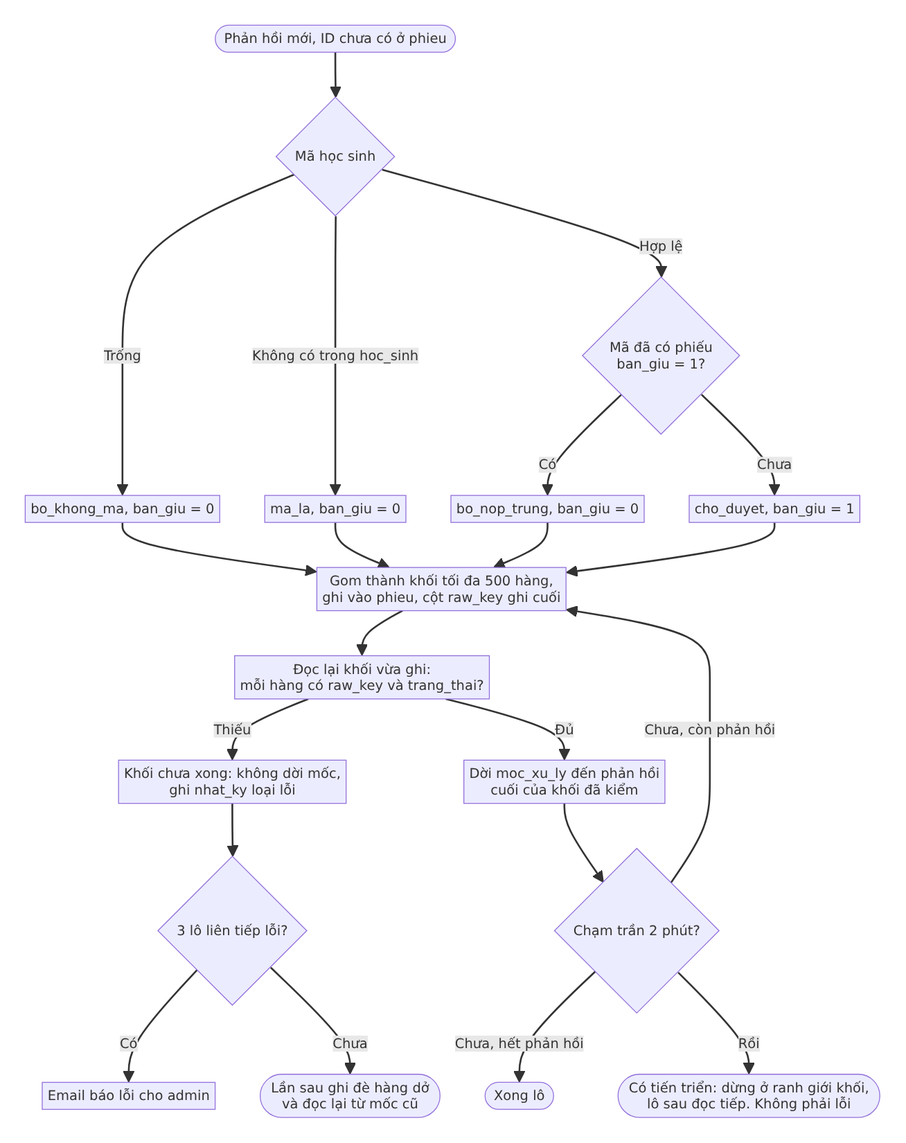
Above: docs/he_sinh_thai/anh/b2_xu_ly_lo.png in nguyenphanvantruong6969-arch/TESTING-DEV (Mermaid), before the change. Its source is kept beside it as docs/he_sinh_thai/anh/b2_xu_ly_lo.mmd.
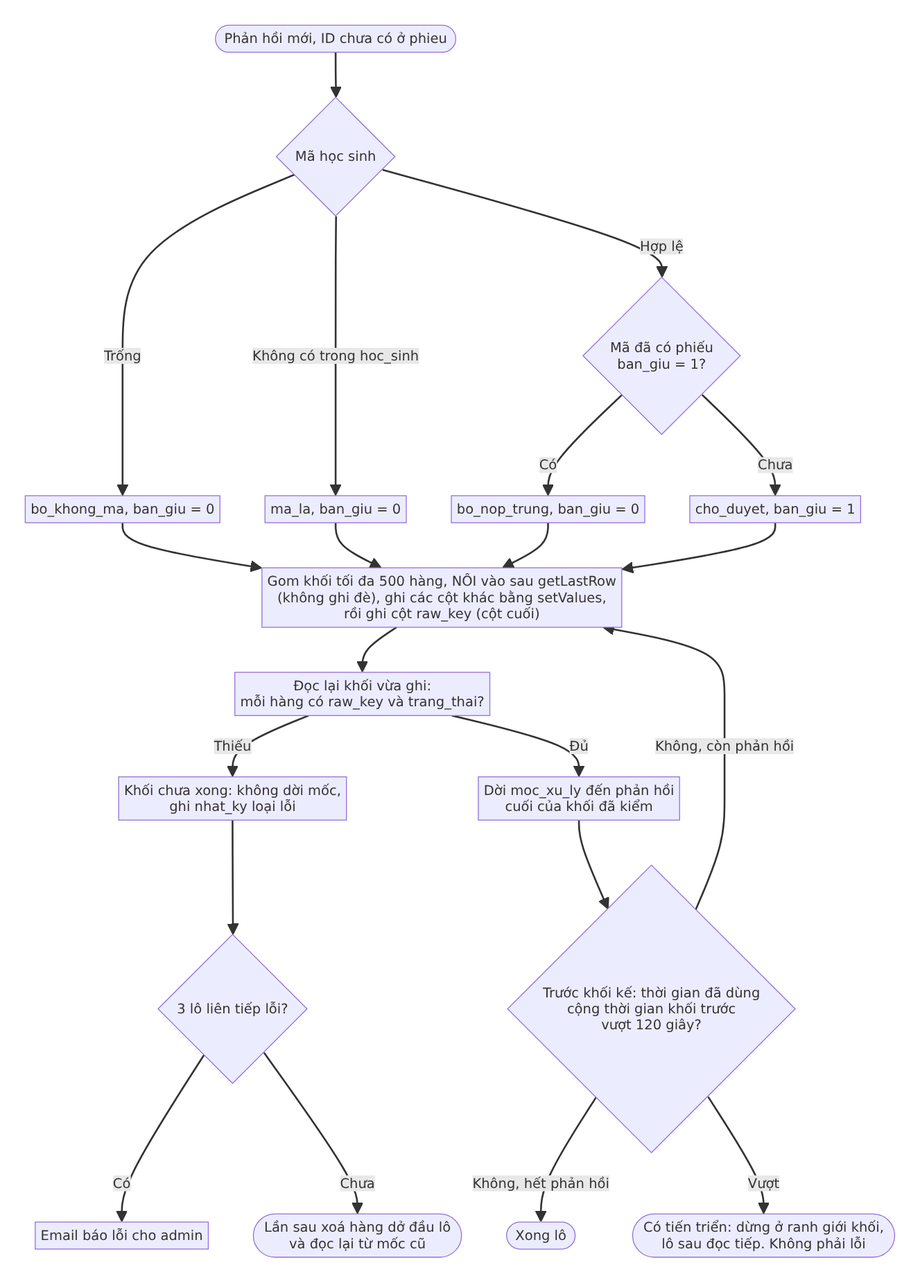
Later version of the same file.

Commit message:
T4 sửa vòng 3b: quy ước cài đặt cho K2 (mục 7.7), vòng đời trigger tách đóng form và kết thúc lô, dọn hàng dở đầu lô, thoi_gian_nop, xuất riêng khỏi chốt

Diff of the diagram source:
```diff
@@ -9,13 +9,13 @@
   S2 --> BL
   S3 --> BL
   S4 --> BL
-  BL["Gom thành khối tối đa 500 hàng,<br/>ghi vào phieu, cột raw_key ghi cuối"] --> RV["Đọc lại khối vừa ghi:<br/>mỗi hàng có raw_key và trang_thai?"]
+  BL["Gom khối tối đa 500 hàng, NỐI vào sau getLastRow<br/>(không ghi đè), ghi các cột khác bằng setValues,<br/>rồi ghi cột raw_key (cột cuối)"] --> RV["Đọc lại khối vừa ghi:<br/>mỗi hàng có raw_key và trang_thai?"]
   RV -->|"Thiếu"| ER["Khối chưa xong: không dời mốc,<br/>ghi nhat_ky loại lỗi"]
   RV -->|"Đủ"| MC["Dời moc_xu_ly đến phản hồi<br/>cuối của khối đã kiểm"]
-  MC --> CAP{"Chạm trần 2 phút?"}
-  CAP -->|"Chưa, còn phản hồi"| BL
-  CAP -->|"Chưa, hết phản hồi"| OK(["Xong lô"])
-  CAP -->|"Rồi"| PR(["Có tiến triển: dừng ở ranh giới khối,<br/>lô sau đọc tiếp. Không phải lỗi"])
+  MC --> CAP{"Trước khối kế: thời gian đã dùng<br/>cộng thời gian khối trước<br/>vượt 120 giây?"}
+  CAP -->|"Không, còn phản hồi"| BL
+  CAP -->|"Không, hết phản hồi"| OK(["Xong lô"])
+  CAP -->|"Vượt"| PR(["Có tiến triển: dừng ở ranh giới khối,<br/>lô sau đọc tiếp. Không phải lỗi"])
   ER --> N{"3 lô liên tiếp lỗi?"}
   N -->|"Có"| EM["Email báo lỗi cho admin"]
-  N -->|"Chưa"| RT(["Lần sau ghi đè hàng dở<br/>và đọc lại từ mốc cũ"])
+  N -->|"Chưa"| RT(["Lần sau xoá hàng dở đầu lô<br/>và đọc lại từ mốc cũ"])
```
